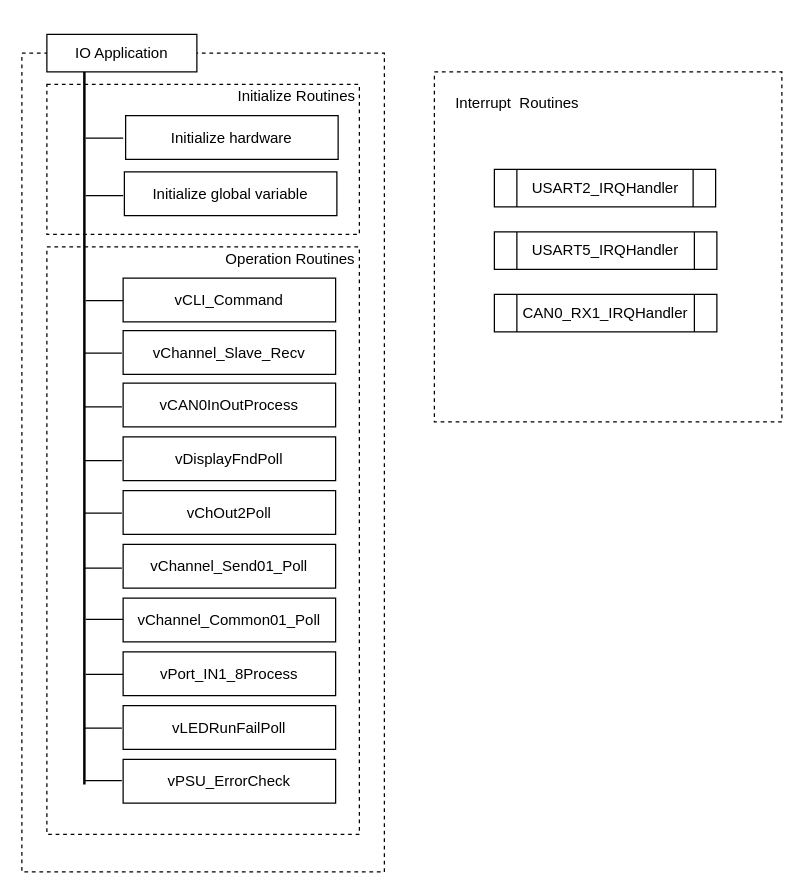
The draw.io diagram page "IO - INPUT 소프트웨어 계층구조2" (5 of 7) of EABS/Document_Pack/Design/INPUT/BlockDiagram/eabs_input_block_diagram.drawio in chillin2/MyDraw.io, before the edit. Source tidied: cells renumbered, new cells numbered last; positions are measured from the earlier drawing's top-left corner, leaving out a move shared by most shapes. Both pictures are drawn from the tidied source at 125%, with x=0, y=0 at pixel (21, 34).
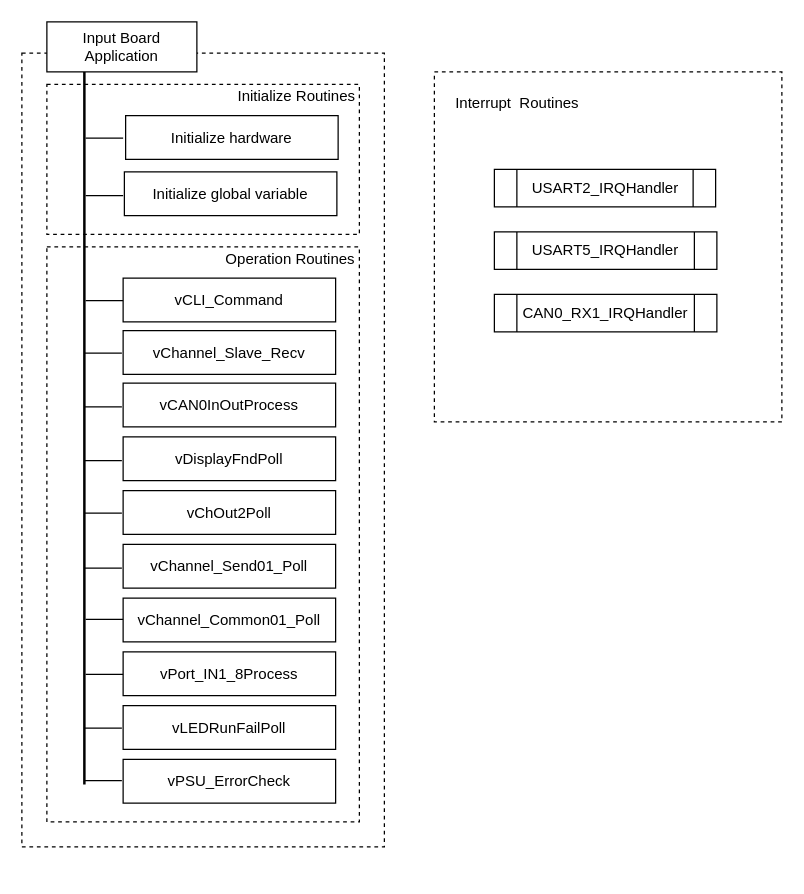
The same page after the edit.

What changed in the source:
```diff
@@
     <mxCell id="2" style="rounded=0;whiteSpace=wrap;html=1;dashed=1;" parent="1" vertex="1">
-      <mxGeometry y="15" width="290" height="655" as="geometry" />
+      <mxGeometry y="15" width="290" height="635" as="geometry" />
     </mxCell>
     <mxCell id="3" style="rounded=0;whiteSpace=wrap;html=1;dashed=1;" parent="1" vertex="1">
-      <mxGeometry x="20" y="170" width="250" height="470" as="geometry" />
+      <mxGeometry x="20" y="170" width="250" height="460" as="geometry" />
     </mxCell>
@@
-    <mxCell id="22" value="IO Application" style="rounded=0;whiteSpace=wrap;html=1;" parent="1" vertex="1">
-      <mxGeometry x="20" width="120" height="30" as="geometry" />
+    <mxCell id="22" value="Input Board Application" style="rounded=0;whiteSpace=wrap;html=1;" parent="1" vertex="1">
+      <mxGeometry x="20" y="-10" width="120" height="40" as="geometry" />
     </mxCell>
```
